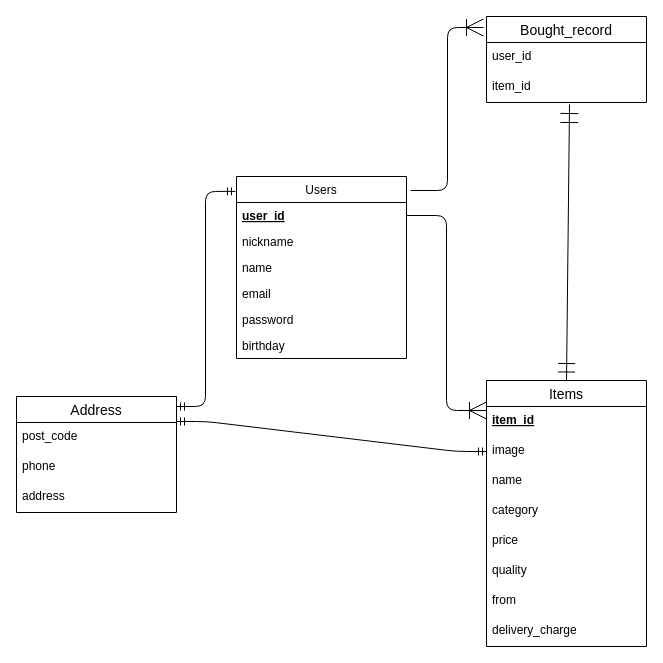
This is furima.dio from ryosuke3455/furima-37573, a draw.io file, before an edit. Source tidied: cells renumbered, new cells numbered last; positions are measured from the earlier drawing's top-left corner, leaving out a move shared by most shapes. Both pictures are drawn from the tidied source at 100%, with x=0, y=0 at pixel (16, 16).
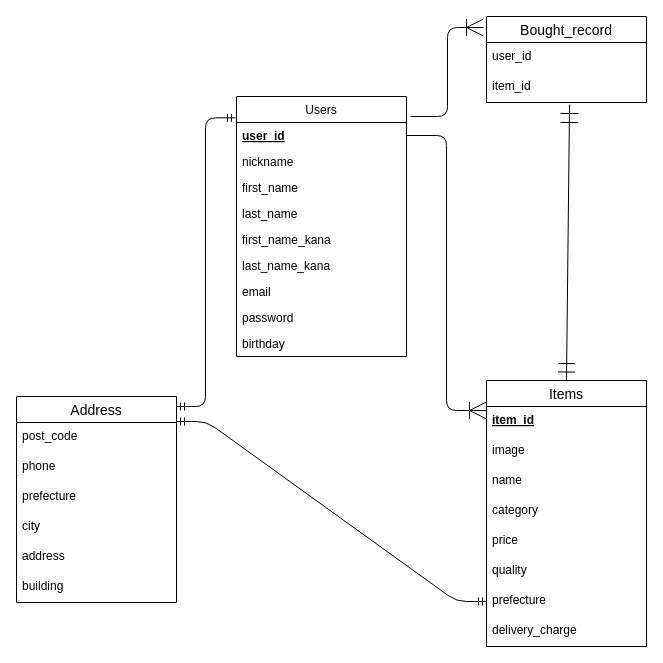
Above is the later version.

Unchanged cells that the change refers to:
```xml
<mxCell id="3" value="post_code" style="text;strokeColor=none;fillColor=none;spacingLeft=4;spacingRight=4;overflow=hidden;points=[[0,0.5],[1,0.5]];portConstraint=eastwest;fontSize=12;" parent="2" vertex="1">
  <mxGeometry y="26" width="160" height="30" as="geometry" />
</mxCell>
<mxCell id="9" value="Items" style="swimlane;fontStyle=0;horizontal=1;startSize=26;align=center;fontSize=14;" parent="1" vertex="1">
  <mxGeometry x="470" y="364" width="160" height="266" as="geometry" />
</mxCell>
<mxCell id="11" value="image" style="text;strokeColor=none;fillColor=none;spacingLeft=4;spacingRight=4;overflow=hidden;points=[[0,0.5],[1,0.5]];portConstraint=eastwest;fontSize=12;" parent="9" vertex="1">
  <mxGeometry y="56" width="160" height="30" as="geometry" />
</mxCell>
```

Diff of the diagram source:
```diff
@@
     <mxCell id="2" value="Address" style="swimlane;fontStyle=0;horizontal=1;startSize=26;align=center;fontSize=14;" parent="1" vertex="1">
-      <mxGeometry y="380" width="160" height="116" as="geometry" />
+      <mxGeometry y="380" width="160" height="206" as="geometry" />
     </mxCell>
@@
-    <mxCell id="5" value="address" style="text;strokeColor=none;fillColor=none;spacingLeft=4;spacingRight=4;overflow=hidden;fontSize=12;" parent="2" vertex="1">
+    <mxCell id="5" value="prefecture" style="text;strokeColor=none;fillColor=none;spacingLeft=4;spacingRight=4;overflow=hidden;fontSize=12;" parent="2" vertex="1">
       <mxGeometry y="86" width="160" height="30" as="geometry" />
     </mxCell>
+    <mxCell id="30" value="city" style="text;strokeColor=none;fillColor=none;spacingLeft=4;spacingRight=4;overflow=hidden;fontSize=12;" parent="2" vertex="1">
+      <mxGeometry y="116" width="160" height="30" as="geometry" />
+    </mxCell>
+    <mxCell id="31" value="address" style="text;strokeColor=none;fillColor=none;spacingLeft=4;spacingRight=4;overflow=hidden;fontSize=12;" parent="2" vertex="1">
+      <mxGeometry y="146" width="160" height="30" as="geometry" />
+    </mxCell>
+    <mxCell id="32" value="building" style="text;strokeColor=none;fillColor=none;spacingLeft=4;spacingRight=4;overflow=hidden;fontSize=12;" parent="2" vertex="1">
+      <mxGeometry y="176" width="160" height="30" as="geometry" />
+    </mxCell>
@@
-    <mxCell id="16" value="from" style="text;strokeColor=none;fillColor=none;spacingLeft=4;spacingRight=4;overflow=hidden;points=[[0,0.5],[1,0.5]];portConstraint=eastwest;fontSize=12;" parent="9" vertex="1">
+    <mxCell id="16" value="prefecture" style="text;strokeColor=none;fillColor=none;spacingLeft=4;spacingRight=4;overflow=hidden;points=[[0,0.5],[1,0.5]];portConstraint=eastwest;fontSize=12;" parent="9" vertex="1">
       <mxGeometry y="206" width="160" height="30" as="geometry" />
     </mxCell>
@@
-    <mxCell id="20" style="edgeStyle=entityRelationEdgeStyle;fontSize=12;html=1;endArrow=ERmandOne;startArrow=ERmandOne;strokeColor=default;exitX=1;exitY=-0.033;exitDx=0;exitDy=0;exitPerimeter=0;entryX=0;entryY=0.5;entryDx=0;entryDy=0;" parent="1" edge="1" source="3" target="11">
+    <mxCell id="20" style="edgeStyle=entityRelationEdgeStyle;fontSize=12;html=1;endArrow=ERmandOne;startArrow=ERmandOne;strokeColor=default;exitX=1;exitY=-0.033;exitDx=0;exitDy=0;exitPerimeter=0;" parent="1" edge="1" source="3" target="16">
       <mxGeometry relative="1" as="geometry" />
     </mxCell>
     <mxCell id="21" value="Users" style="swimlane;fontStyle=0;horizontal=1;startSize=26;fillColor=none;" parent="1" vertex="1">
-      <mxGeometry x="220" y="160" width="170" height="182" as="geometry" />
+      <mxGeometry x="220" y="80" width="170" height="260" as="geometry" />
     </mxCell>
@@
-    <mxCell id="24" value="name" style="text;strokeColor=none;fillColor=none;align=left;verticalAlign=top;spacingLeft=4;spacingRight=4;overflow=hidden;fontStyle=0;" parent="21" vertex="1">
+    <mxCell id="24" value="first_name" style="text;strokeColor=none;fillColor=none;align=left;verticalAlign=top;spacingLeft=4;spacingRight=4;overflow=hidden;fontStyle=0;" parent="21" vertex="1">
       <mxGeometry y="78" width="170" height="26" as="geometry" />
     </mxCell>
-    <mxCell id="25" value="email" style="text;strokeColor=none;fillColor=none;align=left;verticalAlign=top;spacingLeft=4;spacingRight=4;overflow=hidden;fontStyle=0;" parent="21" vertex="1">
+    <mxCell id="25" value="last_name" style="text;strokeColor=none;fillColor=none;align=left;verticalAlign=top;spacingLeft=4;spacingRight=4;overflow=hidden;fontStyle=0;" parent="21" vertex="1">
       <mxGeometry y="104" width="170" height="26" as="geometry" />
     </mxCell>
-    <mxCell id="26" value="password" style="text;strokeColor=none;fillColor=none;align=left;verticalAlign=top;spacingLeft=4;spacingRight=4;overflow=hidden;fontStyle=0;" parent="21" vertex="1">
+    <mxCell id="26" value="first_name_kana" style="text;strokeColor=none;fillColor=none;align=left;verticalAlign=top;spacingLeft=4;spacingRight=4;overflow=hidden;fontStyle=0;" parent="21" vertex="1">
       <mxGeometry y="130" width="170" height="26" as="geometry" />
     </mxCell>
-    <mxCell id="27" value="birthday" style="text;strokeColor=none;fillColor=none;align=left;verticalAlign=top;spacingLeft=4;spacingRight=4;overflow=hidden;fontStyle=0;" parent="21" vertex="1">
+    <mxCell id="27" value="last_name_kana" style="text;strokeColor=none;fillColor=none;align=left;verticalAlign=top;spacingLeft=4;spacingRight=4;overflow=hidden;fontStyle=0;" parent="21" vertex="1">
       <mxGeometry y="156" width="170" height="26" as="geometry" />
     </mxCell>
+    <mxCell id="33" value="email" style="text;strokeColor=none;fillColor=none;align=left;verticalAlign=top;spacingLeft=4;spacingRight=4;overflow=hidden;fontStyle=0;" parent="21" vertex="1">
+      <mxGeometry y="182" width="170" height="26" as="geometry" />
+    </mxCell>
+    <mxCell id="34" value="password" style="text;strokeColor=none;fillColor=none;align=left;verticalAlign=top;spacingLeft=4;spacingRight=4;overflow=hidden;fontStyle=0;" parent="21" vertex="1">
+      <mxGeometry y="208" width="170" height="26" as="geometry" />
+    </mxCell>
+    <mxCell id="35" value="birthday" style="text;strokeColor=none;fillColor=none;align=left;verticalAlign=top;spacingLeft=4;spacingRight=4;overflow=hidden;fontStyle=0;" parent="21" vertex="1">
+      <mxGeometry y="234" width="170" height="26" as="geometry" />
+    </mxCell>
```
